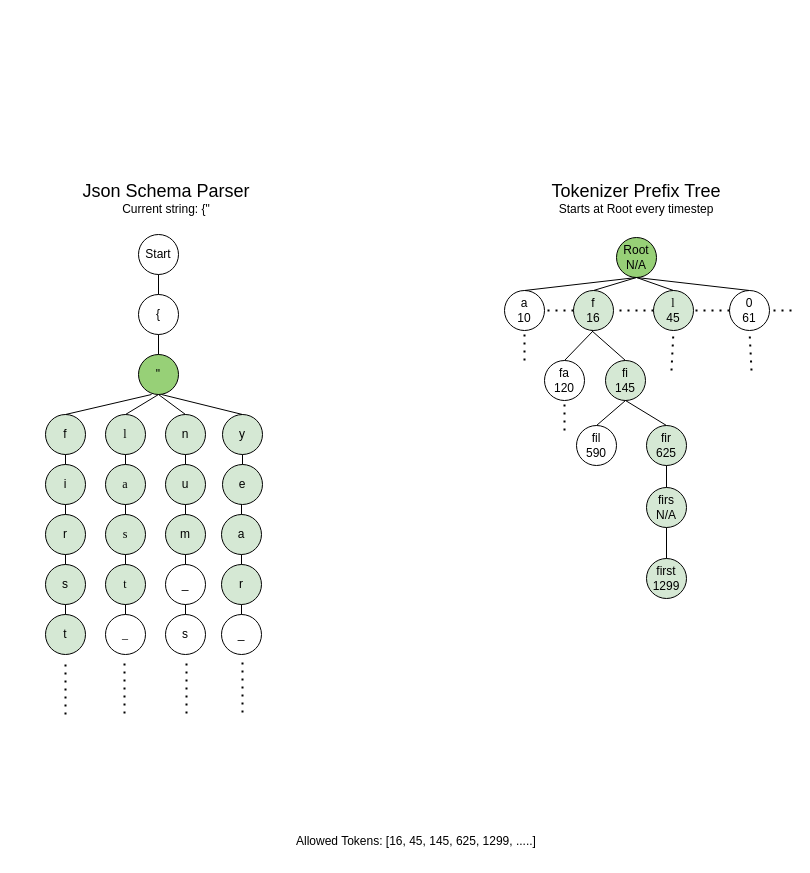
This is Trees.drawio from noamgat/lm-format-enforcer, a draw.io file, before an edit. Source tidied: cells renumbered, new cells numbered last; positions are measured from the earlier drawing's top-left corner, leaving out a move shared by most shapes. Both pictures are drawn from the tidied source at 100%, with x=0, y=0 at pixel (18, 174). Pictures stored in the file or linked from it are replaced by grey dashed boxes.
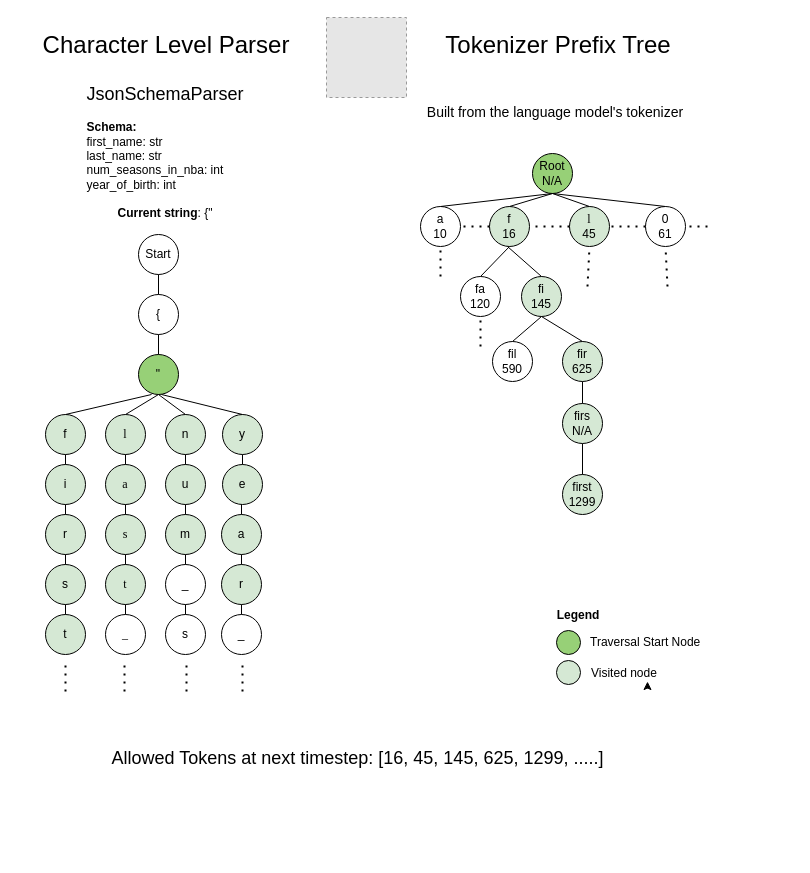
The same diagram, later.

Diff of the diagram source:
```diff
@@
     <mxCell id="25" style="endArrow=none;dashed=1;html=1;dashPattern=1 3;strokeWidth=2;rounded=0;" parent="1" edge="1">
       <mxGeometry relative="1" as="geometry">
-        <mxPoint x="47" y="540" as="sourcePoint" />
+        <mxPoint x="47" y="517" as="sourcePoint" />
         <mxPoint x="47" y="490" as="targetPoint" />
       </mxGeometry>
     </mxCell>
     <mxCell id="26" style="endArrow=none;dashed=1;html=1;dashPattern=1 3;strokeWidth=2;rounded=0;" parent="1" edge="1">
       <mxGeometry relative="1" as="geometry">
-        <mxPoint x="106" y="539" as="sourcePoint" />
+        <mxPoint x="106" y="517" as="sourcePoint" />
         <mxPoint x="106" y="489" as="targetPoint" />
       </mxGeometry>
     </mxCell>
     <mxCell id="27" style="endArrow=none;dashed=1;html=1;dashPattern=1 3;strokeWidth=2;rounded=0;" parent="1" edge="1">
       <mxGeometry relative="1" as="geometry">
-        <mxPoint x="168" y="539" as="sourcePoint" />
+        <mxPoint x="168" y="517" as="sourcePoint" />
         <mxPoint x="168" y="489" as="targetPoint" />
       </mxGeometry>
     </mxCell>
     <mxCell id="28" style="endArrow=none;dashed=1;html=1;dashPattern=1 3;strokeWidth=2;rounded=0;" parent="1" edge="1">
       <mxGeometry relative="1" as="geometry">
-        <mxPoint x="224" y="538" as="sourcePoint" />
+        <mxPoint x="224" y="517" as="sourcePoint" />
         <mxPoint x="224" y="488" as="targetPoint" />
       </mxGeometry>
     </mxCell>
@@
     <mxCell id="51" value="Root&lt;br&gt;N/A" style="ellipse;whiteSpace=wrap;html=1;fillColor=#97D077;" parent="1" vertex="1">
-      <mxGeometry x="598" y="63" width="40" height="40" as="geometry" />
+      <mxGeometry x="514" y="-21" width="40" height="40" as="geometry" />
     </mxCell>
     <mxCell id="52" value="a&lt;br&gt;10" style="ellipse;whiteSpace=wrap;html=1;" parent="1" vertex="1">
-      <mxGeometry x="486" y="116" width="40" height="40" as="geometry" />
+      <mxGeometry x="402" y="32" width="40" height="40" as="geometry" />
     </mxCell>
     <mxCell id="53" value="f&lt;br&gt;16" style="ellipse;whiteSpace=wrap;html=1;fillColor=#D5E8D4;" parent="1" vertex="1">
-      <mxGeometry x="555" y="116" width="40" height="40" as="geometry" />
+      <mxGeometry x="471" y="32" width="40" height="40" as="geometry" />
     </mxCell>
     <mxCell id="54" value="&lt;font face=&quot;Times New Roman&quot;&gt;l&lt;/font&gt;&lt;br&gt;45" style="ellipse;whiteSpace=wrap;html=1;fillColor=#D5E8D4;" parent="1" vertex="1">
-      <mxGeometry x="635" y="116" width="40" height="40" as="geometry" />
+      <mxGeometry x="551" y="32" width="40" height="40" as="geometry" />
     </mxCell>
     <mxCell id="55" value="0&lt;br&gt;61" style="ellipse;whiteSpace=wrap;html=1;" parent="1" vertex="1">
-      <mxGeometry x="711" y="116" width="40" height="40" as="geometry" />
+      <mxGeometry x="627" y="32" width="40" height="40" as="geometry" />
     </mxCell>
     <mxCell id="56" value="fa&lt;br&gt;120" style="ellipse;whiteSpace=wrap;html=1;" parent="1" vertex="1">
-      <mxGeometry x="526" y="186" width="40" height="40" as="geometry" />
+      <mxGeometry x="442" y="102" width="40" height="40" as="geometry" />
     </mxCell>
     <mxCell id="57" value="fi&lt;br&gt;145" style="ellipse;whiteSpace=wrap;html=1;fillColor=#D5E8D4;" parent="1" vertex="1">
-      <mxGeometry x="587" y="186" width="40" height="40" as="geometry" />
+      <mxGeometry x="503" y="102" width="40" height="40" as="geometry" />
     </mxCell>
     <mxCell id="58" value="fil&lt;br&gt;590" style="ellipse;whiteSpace=wrap;html=1;" parent="1" vertex="1">
-      <mxGeometry x="558" y="251" width="40" height="40" as="geometry" />
+      <mxGeometry x="474" y="167" width="40" height="40" as="geometry" />
     </mxCell>
     <mxCell id="59" value="fir&lt;br&gt;625" style="ellipse;whiteSpace=wrap;html=1;fillColor=#D5E8D4;" parent="1" vertex="1">
-      <mxGeometry x="628" y="251" width="40" height="40" as="geometry" />
+      <mxGeometry x="544" y="167" width="40" height="40" as="geometry" />
     </mxCell>
     <mxCell id="60" value="firs&lt;br&gt;N/A" style="ellipse;whiteSpace=wrap;html=1;fillColor=#D5E8D4;" parent="1" vertex="1">
-      <mxGeometry x="628" y="313" width="40" height="40" as="geometry" />
+      <mxGeometry x="544" y="229" width="40" height="40" as="geometry" />
     </mxCell>
     <mxCell id="61" value="first&lt;br&gt;1299" style="ellipse;whiteSpace=wrap;html=1;fillColor=#D5E8D4;" parent="1" vertex="1">
-      <mxGeometry x="628" y="384" width="40" height="40" as="geometry" />
+      <mxGeometry x="544" y="300" width="40" height="40" as="geometry" />
     </mxCell>
@@
     <mxCell id="67" style="endArrow=none;html=1;rounded=0;exitX=0.5;exitY=0;exitDx=0;exitDy=0;" parent="1" edge="1" source="57">
       <mxGeometry relative="1" as="geometry">
-        <mxPoint x="573" y="156" as="targetPoint" />
+        <mxPoint x="489" y="72" as="targetPoint" />
       </mxGeometry>
     </mxCell>
@@
     <mxCell id="75" style="endArrow=none;dashed=1;html=1;dashPattern=1 3;strokeWidth=2;rounded=0;entryX=0.5;entryY=1;entryDx=0;entryDy=0;" parent="1" edge="1" target="52">
       <mxGeometry relative="1" as="geometry">
-        <mxPoint x="506" y="186" as="sourcePoint" />
+        <mxPoint x="422" y="102" as="sourcePoint" />
       </mxGeometry>
     </mxCell>
     <mxCell id="76" style="endArrow=none;dashed=1;html=1;dashPattern=1 3;strokeWidth=2;rounded=0;entryX=0.5;entryY=1;entryDx=0;entryDy=0;" parent="1" edge="1" target="55">
       <mxGeometry relative="1" as="geometry">
-        <mxPoint x="733" y="196" as="sourcePoint" />
+        <mxPoint x="649" y="112" as="sourcePoint" />
       </mxGeometry>
     </mxCell>
     <mxCell id="77" style="endArrow=none;dashed=1;html=1;dashPattern=1 3;strokeWidth=2;rounded=0;entryX=0.5;entryY=1;entryDx=0;entryDy=0;" parent="1" edge="1" target="54">
       <mxGeometry relative="1" as="geometry">
-        <mxPoint x="653" y="196" as="sourcePoint" />
+        <mxPoint x="569" y="112" as="sourcePoint" />
       </mxGeometry>
     </mxCell>
     <mxCell id="78" style="endArrow=none;dashed=1;html=1;dashPattern=1 3;strokeWidth=2;rounded=0;entryX=0.5;entryY=1;entryDx=0;entryDy=0;" parent="1" edge="1" target="56">
       <mxGeometry relative="1" as="geometry">
-        <mxPoint x="546" y="256" as="sourcePoint" />
+        <mxPoint x="462" y="172" as="sourcePoint" />
       </mxGeometry>
     </mxCell>
-    <mxCell id="79" value="Allowed Tokens: [16, 45, 145, 625, 1299, .....]" style="text;html=1;strokeColor=none;fillColor=none;align=center;verticalAlign=middle;whiteSpace=wrap;rounded=0;" parent="1" vertex="1">
-      <mxGeometry x="33" y="652" width="730" height="30" as="geometry" />
+    <mxCell id="79" value="&lt;font style=&quot;font-size: 18px;&quot;&gt;Allowed Tokens at next timestep: [16, 45, 145, 625, 1299, .....]&lt;/font&gt;" style="text;html=1;strokeColor=none;fillColor=none;align=center;verticalAlign=middle;whiteSpace=wrap;rounded=0;" parent="1" vertex="1">
+      <mxGeometry x="33" y="569" width="613" height="30" as="geometry" />
     </mxCell>
     <mxCell id="80" style="endArrow=none;dashed=1;html=1;dashPattern=1 3;strokeWidth=2;rounded=0;entryX=1;entryY=0.5;entryDx=0;entryDy=0;" parent="1" edge="1" target="55">
       <mxGeometry relative="1" as="geometry">
-        <mxPoint x="773" y="136" as="sourcePoint" />
+        <mxPoint x="689" y="52" as="sourcePoint" />
       </mxGeometry>
     </mxCell>
-    <mxCell id="81" value="&lt;font style=&quot;font-size: 18px;&quot;&gt;Json Schema Parser&lt;/font&gt;&lt;br&gt;Current string: {&quot;" style="text;html=1;strokeColor=none;fillColor=none;align=center;verticalAlign=middle;whiteSpace=wrap;rounded=0;" parent="1" vertex="1">
-      <mxGeometry width="296" height="47" as="geometry" />
+    <mxCell id="81" value="&lt;font style=&quot;font-size: 24px;&quot;&gt;Character Level Parser&lt;/font&gt;" style="text;html=1;strokeColor=none;fillColor=none;align=center;verticalAlign=middle;whiteSpace=wrap;rounded=0;" parent="1" vertex="1">
+      <mxGeometry y="-153" width="296" height="47" as="geometry" />
     </mxCell>
-    <mxCell id="82" value="&lt;span style=&quot;font-size: 18px;&quot;&gt;Tokenizer Prefix Tree&lt;br&gt;&lt;/span&gt;Starts at Root every timestep" style="text;html=1;strokeColor=none;fillColor=none;align=center;verticalAlign=middle;whiteSpace=wrap;rounded=0;" parent="1" vertex="1">
-      <mxGeometry x="470" width="296" height="47" as="geometry" />
+    <mxCell id="82" value="&lt;font style=&quot;font-size: 24px;&quot;&gt;Tokenizer Prefix Tree&lt;/font&gt;" style="text;html=1;strokeColor=none;fillColor=none;align=center;verticalAlign=middle;whiteSpace=wrap;rounded=0;" parent="1" vertex="1">
+      <mxGeometry x="392" y="-153" width="296" height="47" as="geometry" />
     </mxCell>
+    <mxCell id="83" style="ellipse;whiteSpace=wrap;html=1;fillColor=#97D077;" parent="1" vertex="1">
+      <mxGeometry x="538" y="456" width="24" height="24" as="geometry" />
+    </mxCell>
+    <mxCell id="84" value="&lt;b&gt;Legend&lt;/b&gt;" style="text;html=1;strokeColor=none;fillColor=none;align=center;verticalAlign=middle;whiteSpace=wrap;rounded=0;" parent="1" vertex="1">
+      <mxGeometry x="530" y="426" width="60" height="30" as="geometry" />
+    </mxCell>
+    <mxCell id="85" value="Traversal Start Node" style="text;html=1;strokeColor=none;fillColor=none;align=left;verticalAlign=middle;whiteSpace=wrap;rounded=0;" parent="1" vertex="1">
+      <mxGeometry x="570" y="453" width="116" height="30" as="geometry" />
+    </mxCell>
+    <mxCell id="86" style="ellipse;whiteSpace=wrap;html=1;fillColor=#D5E8D4;" parent="1" vertex="1">
+      <mxGeometry x="538" y="486" width="24" height="24" as="geometry" />
+    </mxCell>
+    <mxCell id="87" value="Visited node" style="text;html=1;strokeColor=none;fillColor=none;align=left;verticalAlign=middle;whiteSpace=wrap;rounded=0;" parent="1" vertex="1">
+      <mxGeometry x="571" y="484" width="116" height="30" as="geometry" />
+    </mxCell>
+    <mxCell id="88" value="&lt;font style=&quot;font-size: 18px;&quot;&gt;JsonSchemaParser&lt;/font&gt;&lt;br&gt;&lt;div style=&quot;text-align: left;&quot;&gt;&lt;br&gt;&lt;/div&gt;&lt;font style=&quot;font-size: 12px;&quot;&gt;&lt;div style=&quot;text-align: left;&quot;&gt;&lt;span style=&quot;background-color: initial;&quot;&gt;&lt;b&gt;Schema:&lt;br&gt;&lt;/b&gt;first_name: str&lt;/span&gt;&lt;/div&gt;&lt;div style=&quot;text-align: left;&quot;&gt;&lt;span style=&quot;background-color: initial;&quot;&gt;last_name: str&lt;/span&gt;&lt;/div&gt;&lt;div style=&quot;text-align: left;&quot;&gt;&lt;span style=&quot;background-color: initial;&quot;&gt;num_seasons_in_nba: int&lt;/span&gt;&lt;/div&gt;&lt;div style=&quot;text-align: left;&quot;&gt;&lt;span style=&quot;background-color: initial;&quot;&gt;year_of_birth: int&lt;/span&gt;&lt;/div&gt;&lt;/font&gt;&lt;div style=&quot;text-align: left;&quot;&gt;&lt;br&gt;&lt;/div&gt;&lt;b&gt;Current string&lt;/b&gt;: {&quot;" style="text;html=1;strokeColor=none;fillColor=none;align=center;verticalAlign=middle;whiteSpace=wrap;rounded=0;" parent="1" vertex="1">
+      <mxGeometry x="-1" y="-97" width="296" height="150" as="geometry" />
+    </mxCell>
+    <mxCell id="89" value="&lt;font style=&quot;font-size: 14px;&quot;&gt;Built from the language model's tokenizer&lt;/font&gt;" style="text;html=1;strokeColor=none;fillColor=none;align=center;verticalAlign=middle;whiteSpace=wrap;rounded=0;" parent="1" vertex="1">
+      <mxGeometry x="389" y="-137" width="296" height="150" as="geometry" />
+    </mxCell>
+    <mxCell id="90" style="fillColor=#E6E6E6;strokeColor=#999999;dashed=1;html=1;verticalAlign=top;verticalLabelPosition=bottom;labelBackgroundColor=#ffffff;" parent="1" vertex="1">
+      <mxGeometry x="308" y="-157" width="80" height="80" as="geometry" />
+    </mxCell>
+    <mxCell id="91" style="edgeStyle=orthogonalEdgeStyle;rounded=0;orthogonalLoop=1;jettySize=auto;html=1;exitX=0.5;exitY=1;exitDx=0;exitDy=0;entryX=0.5;entryY=0.767;entryDx=0;entryDy=0;entryPerimeter=0;" parent="1" edge="1" source="87" target="87">
+      <mxGeometry relative="1" as="geometry" />
+    </mxCell>
```
